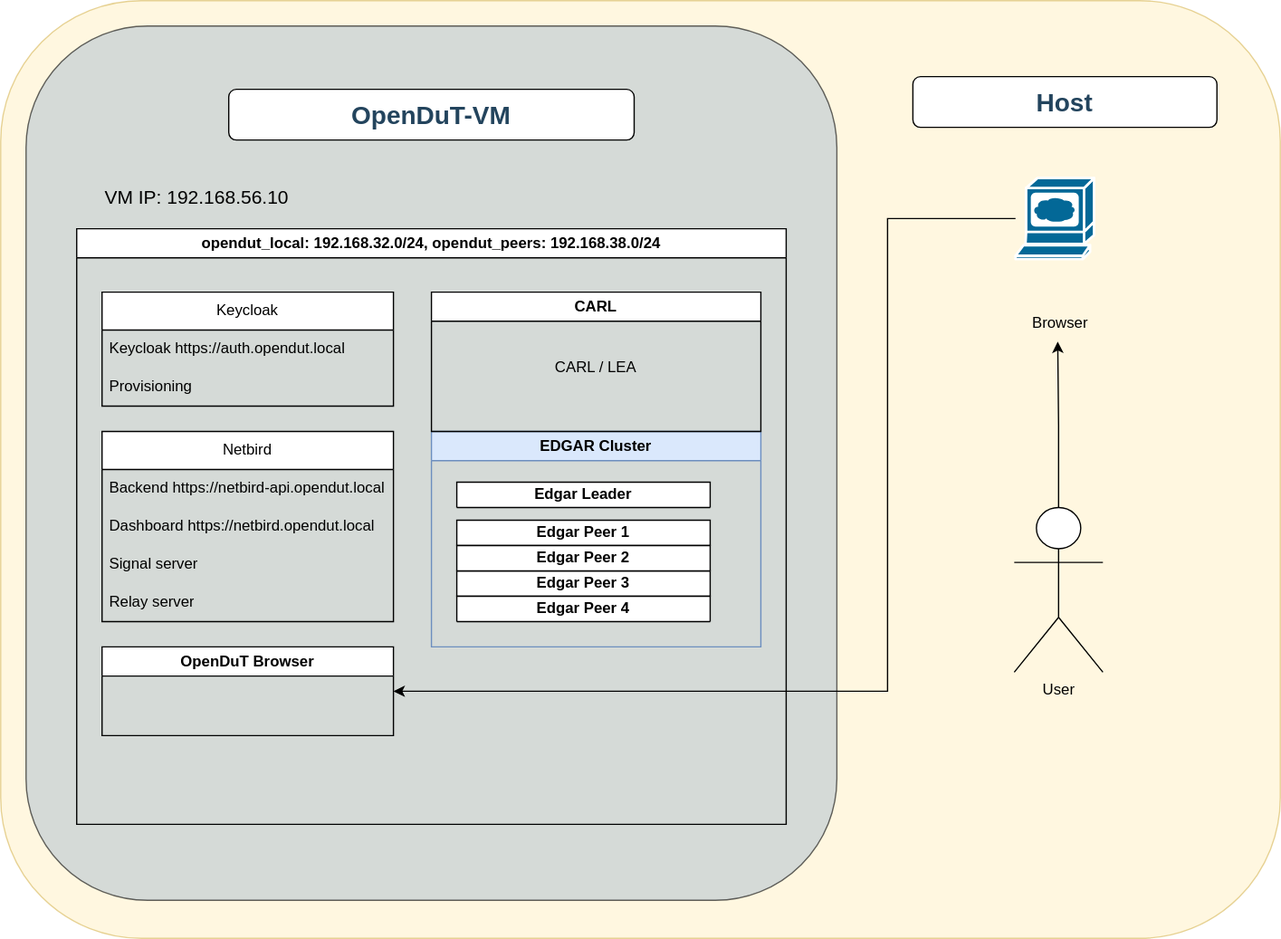
eclipse-opendut/opendut keeps this draw.io diagram as doc/src/development/testenv/img/opendut-vm-user.drawio.svg. Above is the earlier version. Source tidied: cells renumbered, new cells last; positions are measured from the earlier drawing's top-left corner, leaving out a move shared by most shapes.
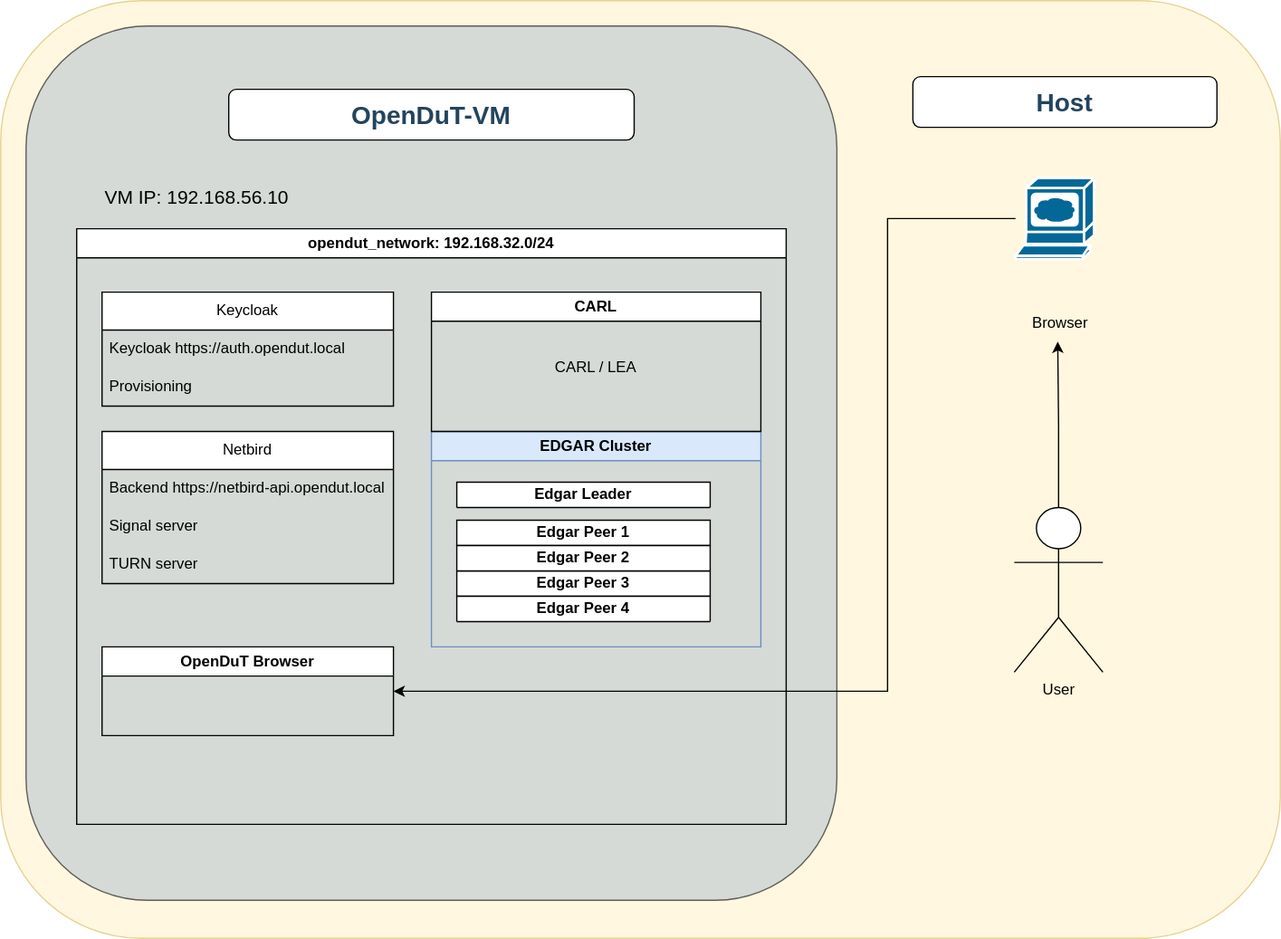
Above is the later version.

The edit, as a diff of the source:
```diff
@@ -33,19 +33,16 @@
       <mxGeometry x="20" y="110" width="200" height="20" as="geometry" />
     </mxCell>
     <mxCell id="12" value="Netbird" style="swimlane;fontStyle=0;horizontal=1;startSize=30;whiteSpace=wrap;html=1;" parent="1" vertex="1">
-      <mxGeometry x="80" y="340" width="230" height="150" as="geometry" />
+      <mxGeometry x="80" y="340" width="230" height="120" as="geometry" />
     </mxCell>
     <mxCell id="13" value="Backend https://netbird-api.opendut.local" style="text;strokeColor=none;fillColor=none;align=left;verticalAlign=middle;spacingLeft=4;spacingRight=4;overflow=hidden;whiteSpace=wrap;html=1;" parent="12" vertex="1">
       <mxGeometry y="30" width="230" height="30" as="geometry" />
     </mxCell>
-    <mxCell id="14" value="Dashboard https://netbird.opendut.local" style="text;strokeColor=none;fillColor=none;align=left;verticalAlign=middle;spacingLeft=4;spacingRight=4;overflow=hidden;whiteSpace=wrap;html=1;" parent="12" vertex="1">
-      <mxGeometry y="60" width="230" height="30" as="geometry" />
-    </mxCell>
     <mxCell id="15" value="&lt;div&gt;Signal server&lt;/div&gt;" style="text;strokeColor=none;fillColor=none;align=left;verticalAlign=middle;spacingLeft=4;spacingRight=4;overflow=hidden;whiteSpace=wrap;html=1;" parent="12" vertex="1">
-      <mxGeometry y="90" width="230" height="30" as="geometry" />
+      <mxGeometry y="60" width="230" height="30" as="geometry" />
     </mxCell>
     <mxCell id="16" value="TURN server" style="text;strokeColor=none;fillColor=none;align=left;verticalAlign=middle;spacingLeft=4;spacingRight=4;overflow=hidden;whiteSpace=wrap;html=1;" parent="12" vertex="1">
-      <mxGeometry y="120" width="230" height="30" as="geometry" />
+      <mxGeometry y="90" width="230" height="30" as="geometry" />
     </mxCell>
     <mxCell id="17" value="CARL" style="swimlane;whiteSpace=wrap;html=1;" parent="1" vertex="1">
       <mxGeometry x="340" y="230" width="260" height="110" as="geometry" />
```
